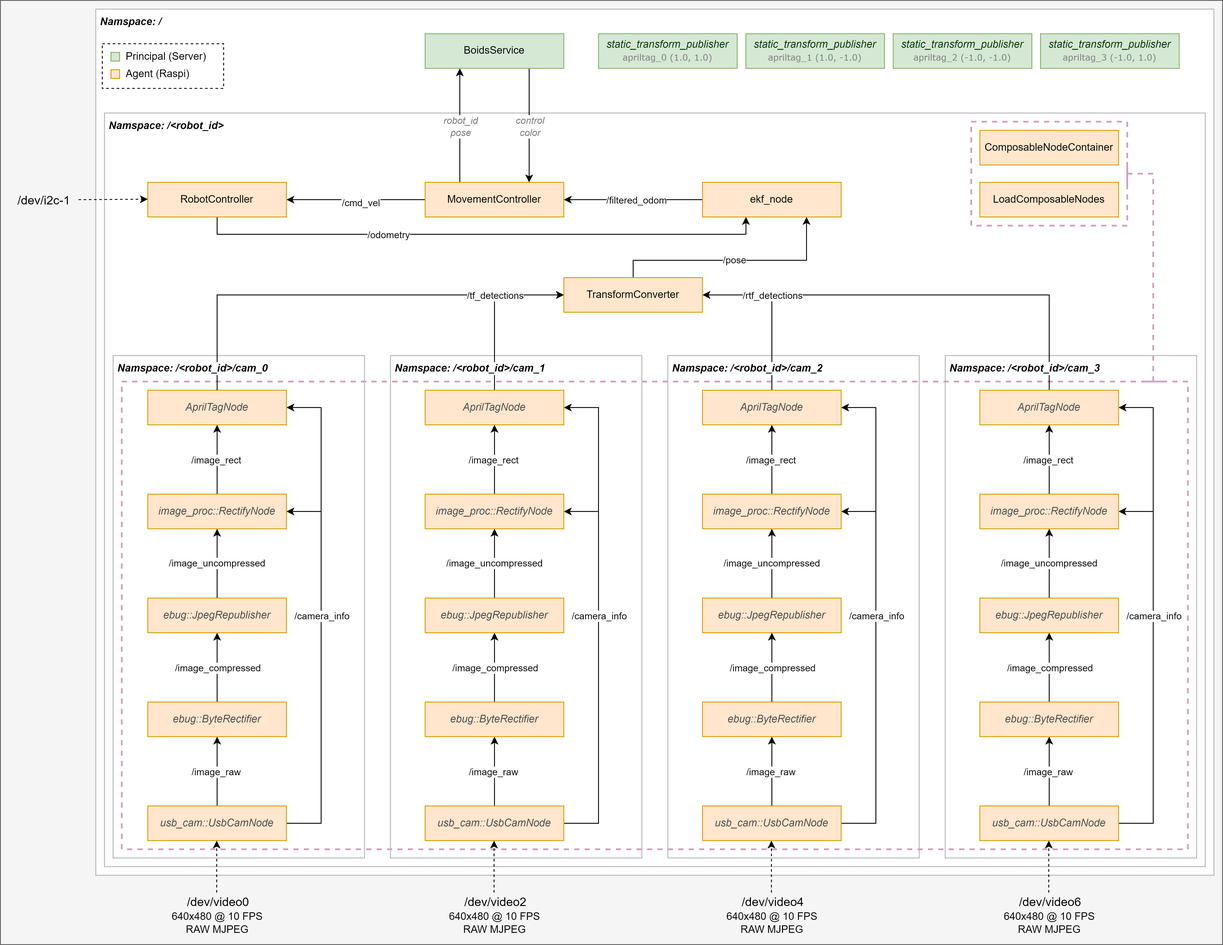
The draw.io diagram ros/src/component_architecture.png in monash-wsrn/ebug-network, before a commit. Source tidied: cells renumbered, new cells last; positions are measured from the earlier drawing's top-left corner, leaving out a move shared by most shapes.
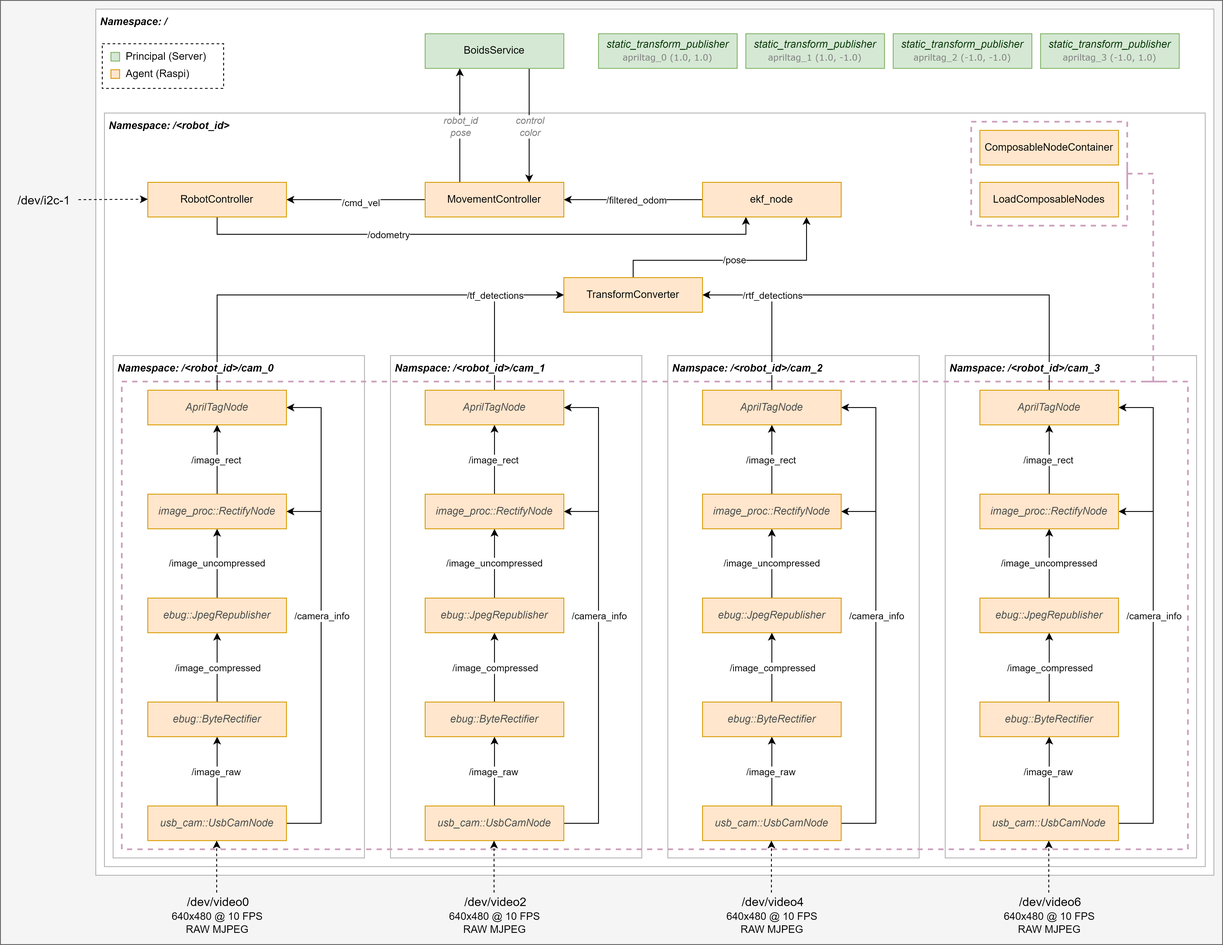
The same diagram one commit later.

Commit message:
Fix diagram typo

Diff of the diagram source:
```diff
@@ -178,10 +178,10 @@
     <mxCell id="51" value="640x480 @ 10 FPS&lt;div&gt;RAW MJPEG&lt;/div&gt;" style="text;html=1;align=center;verticalAlign=middle;strokeColor=none;fillColor=none;" parent="1" vertex="1">
       <mxGeometry x="185" y="1045" width="130" height="40" as="geometry" />
     </mxCell>
-    <mxCell id="52" value="&lt;span style=&quot;font-style: italic; font-weight: 700; text-wrap: wrap;&quot;&gt;&amp;nbsp;Namspace:&amp;nbsp;&lt;/span&gt;&lt;span style=&quot;font-style: italic; font-weight: 700; text-wrap: wrap;&quot;&gt;/&amp;lt;robot_id&amp;gt;&lt;/span&gt;" style="text;html=1;align=left;verticalAlign=middle;strokeColor=none;fillColor=none;labelBackgroundColor=default;" parent="1" vertex="1">
-      <mxGeometry x="120" y="130" width="160" height="30" as="geometry" />
+    <mxCell id="52" value="&lt;span style=&quot;font-style: italic; font-weight: 700; text-wrap: wrap;&quot;&gt;&amp;nbsp;Namespace:&amp;nbsp;&lt;/span&gt;&lt;span style=&quot;font-style: italic; font-weight: 700; text-wrap: wrap;&quot;&gt;/&amp;lt;robot_id&amp;gt;&lt;/span&gt;" style="text;html=1;align=left;verticalAlign=middle;strokeColor=none;fillColor=none;labelBackgroundColor=default;" parent="1" vertex="1">
+      <mxGeometry x="120" y="130" width="170" height="30" as="geometry" />
     </mxCell>
-    <mxCell id="53" value="&lt;span style=&quot;font-style: italic; font-weight: 700; text-wrap: wrap;&quot;&gt;&amp;nbsp;Namspace:&amp;nbsp;&lt;/span&gt;&lt;span style=&quot;font-style: italic; font-weight: 700; text-wrap: wrap;&quot;&gt;/&lt;/span&gt;" style="text;html=1;align=left;verticalAlign=middle;strokeColor=none;fillColor=none;labelBackgroundColor=default;" parent="1" vertex="1">
+    <mxCell id="53" value="&lt;span style=&quot;font-style: italic; font-weight: 700; text-wrap: wrap;&quot;&gt;&amp;nbsp;Namespace:&amp;nbsp;&lt;/span&gt;&lt;span style=&quot;font-style: italic; font-weight: 700; text-wrap: wrap;&quot;&gt;/&lt;/span&gt;" style="text;html=1;align=left;verticalAlign=middle;strokeColor=none;fillColor=none;labelBackgroundColor=default;" parent="1" vertex="1">
       <mxGeometry x="110" y="10" width="100" height="30" as="geometry" />
     </mxCell>
     <mxCell id="54" style="edgeStyle=orthogonalEdgeStyle;rounded=0;jettySize=auto;html=1;exitX=0.5;exitY=0;exitDx=0;exitDy=0;entryX=0.5;entryY=1;entryDx=0;entryDy=0;" parent="1" edge="1" source="59" target="62">
@@ -443,8 +443,8 @@
         <mxPoint x="121" y="1" as="offset" />
       </mxGeometry>
     </mxCell>
-    <mxCell id="120" value="&lt;span style=&quot;font-style: italic; font-weight: 700; text-wrap: wrap;&quot;&gt;&amp;nbsp;Namspace:&amp;nbsp;&lt;/span&gt;&lt;span style=&quot;font-style: italic; font-weight: 700; text-wrap: wrap;&quot;&gt;/&amp;lt;robot_id&amp;gt;/cam_0&amp;nbsp;&lt;/span&gt;" style="text;html=1;align=left;verticalAlign=middle;strokeColor=none;fillColor=none;labelBackgroundColor=default;" parent="1" vertex="1">
-      <mxGeometry x="130" y="410" width="200" height="30" as="geometry" />
+    <mxCell id="120" value="&lt;span style=&quot;font-style: italic; font-weight: 700; text-wrap: wrap;&quot;&gt;&amp;nbsp;Namespace:&amp;nbsp;&lt;/span&gt;&lt;span style=&quot;font-style: italic; font-weight: 700; text-wrap: wrap;&quot;&gt;/&amp;lt;robot_id&amp;gt;/cam_0&amp;nbsp;&lt;/span&gt;" style="text;html=1;align=left;verticalAlign=middle;strokeColor=none;fillColor=none;labelBackgroundColor=default;" parent="1" vertex="1">
+      <mxGeometry x="130" y="410" width="210" height="30" as="geometry" />
     </mxCell>
     <mxCell id="121" value="&lt;font color=&quot;#003300&quot;&gt;static_transform_publisher&lt;/font&gt;&lt;br&gt;&lt;span style=&quot;font-style: normal;&quot;&gt;&lt;font face=&quot;Verdana&quot; style=&quot;font-size: 10px;&quot;&gt;apriltag_1&amp;nbsp;(1.0, -1.0)&lt;/font&gt;&lt;/span&gt;" style="rounded=0;whiteSpace=wrap;html=1;fillColor=#d5e8d4;strokeColor=#82b366;fontStyle=2;fontColor=#808080;" parent="1" vertex="1">
       <mxGeometry x="860" y="38.5" width="160" height="40" as="geometry" />
```
